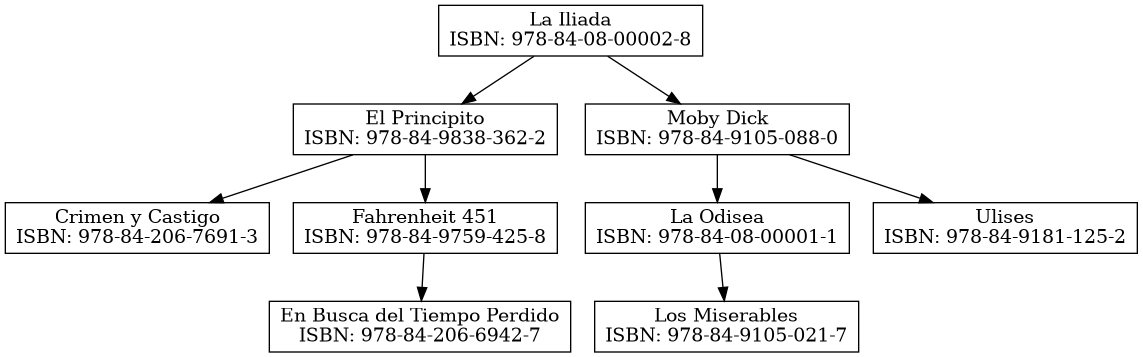
This is arbolTitulo.png from JgabrielH1007/BibliotecaMagicaEDD, a Graphviz export, as it was before one commit. Its source is kept beside it as arbolTitulo.dot. Its diagram source:
```dot
digraph G {
    node [shape=box];
    "La Iliada" [label="La Iliada\nISBN: 978-84-08-00002-8"];
    "La Iliada" -> "El Principito";
    "El Principito" [label="El Principito\nISBN: 978-84-9838-362-2"];
    "El Principito" -> "Crimen y Castigo";
    "Crimen y Castigo" [label="Crimen y Castigo\nISBN: 978-84-206-7691-3"];
    "El Principito" -> "Fahrenheit 451";
    "Fahrenheit 451" [label="Fahrenheit 451\nISBN: 978-84-9759-425-8"];
    "Fahrenheit 451" -> "En Busca del Tiempo Perdido";
    "En Busca del Tiempo Perdido" [label="En Busca del Tiempo Perdido\nISBN: 978-84-206-6942-7"];
    "La Iliada" -> "Moby Dick";
    "Moby Dick" [label="Moby Dick\nISBN: 978-84-9105-088-0"];
    "Moby Dick" -> "La Odisea";
    "La Odisea" [label="La Odisea\nISBN: 978-84-08-00001-1"];
    "La Odisea" -> "Los Miserables";
    "Los Miserables" [label="Los Miserables\nISBN: 978-84-9105-021-7"];
    "Moby Dick" -> "Ulises";
    "Ulises" [label="Ulises\nISBN: 978-84-9181-125-2"];
}
```
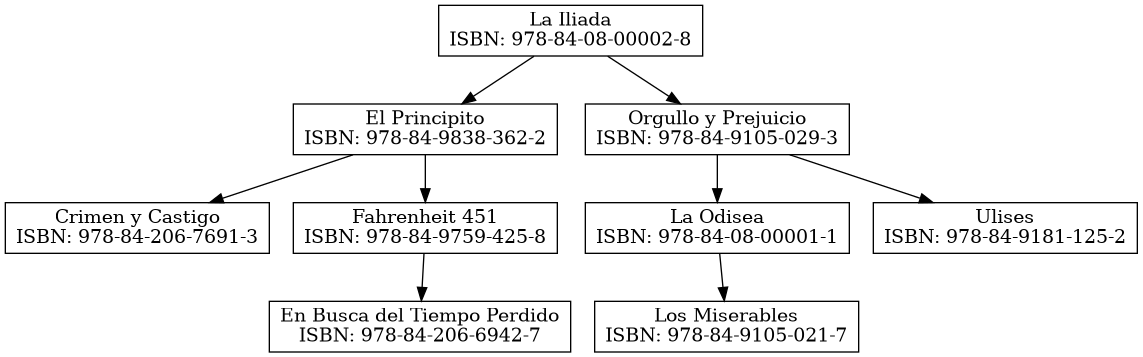
Above is the later version.

Diff of the diagram source:
```diff
@@ -9,12 +9,12 @@
     "Fahrenheit 451" [label="Fahrenheit 451\nISBN: 978-84-9759-425-8"];
     "Fahrenheit 451" -> "En Busca del Tiempo Perdido";
     "En Busca del Tiempo Perdido" [label="En Busca del Tiempo Perdido\nISBN: 978-84-206-6942-7"];
-    "La Iliada" -> "Moby Dick";
-    "Moby Dick" [label="Moby Dick\nISBN: 978-84-9105-088-0"];
-    "Moby Dick" -> "La Odisea";
+    "La Iliada" -> "Orgullo y Prejuicio";
+    "Orgullo y Prejuicio" [label="Orgullo y Prejuicio\nISBN: 978-84-9105-029-3"];
+    "Orgullo y Prejuicio" -> "La Odisea";
     "La Odisea" [label="La Odisea\nISBN: 978-84-08-00001-1"];
     "La Odisea" -> "Los Miserables";
     "Los Miserables" [label="Los Miserables\nISBN: 978-84-9105-021-7"];
-    "Moby Dick" -> "Ulises";
+    "Orgullo y Prejuicio" -> "Ulises";
     "Ulises" [label="Ulises\nISBN: 978-84-9181-125-2"];
 }
```
